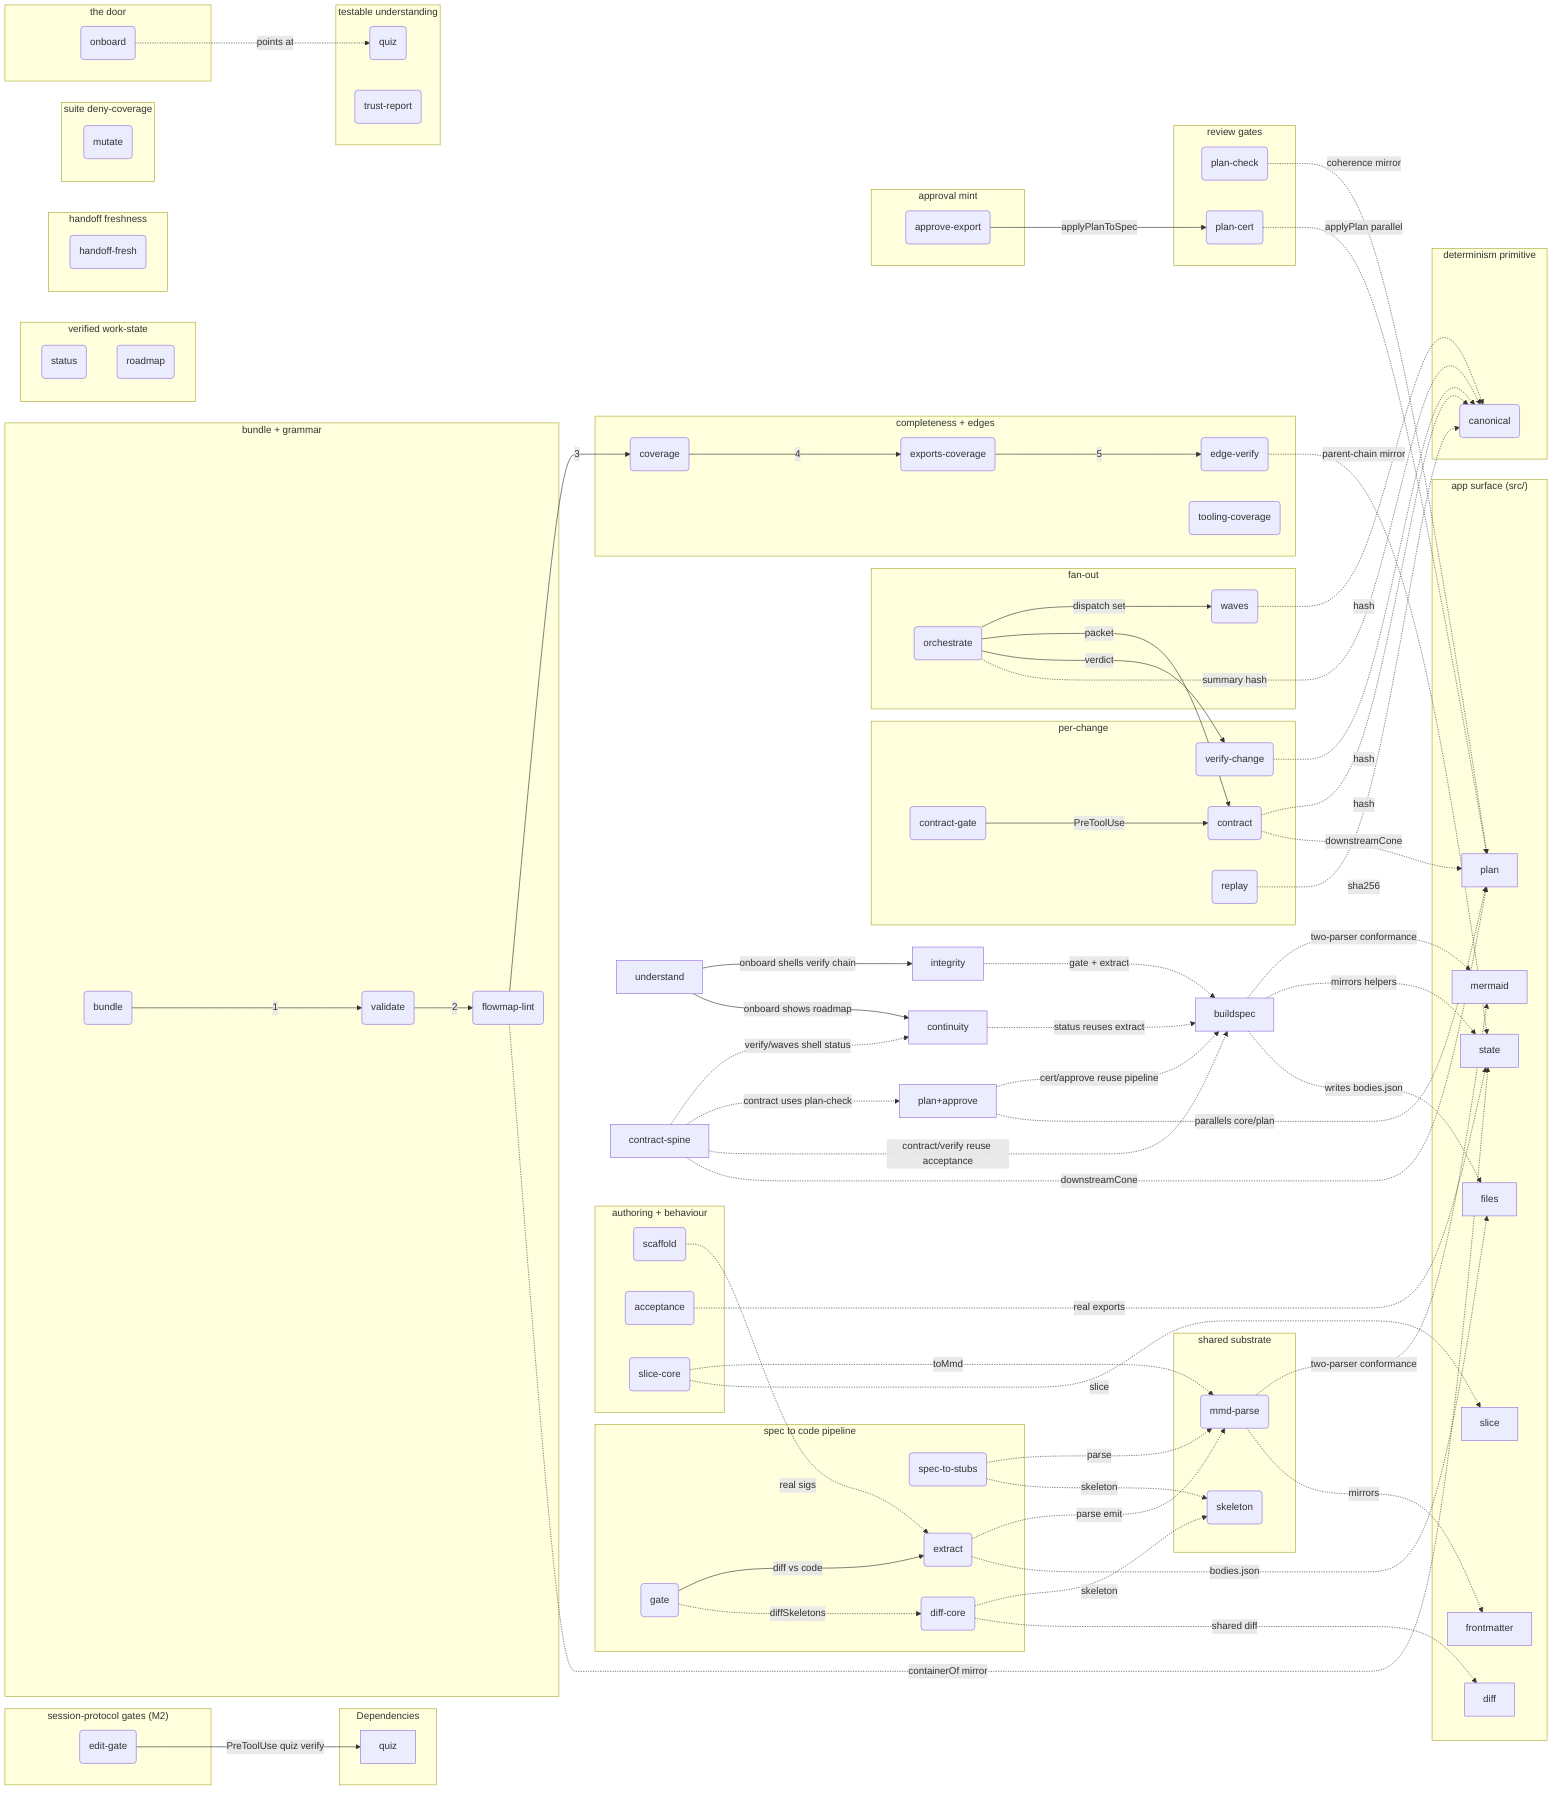
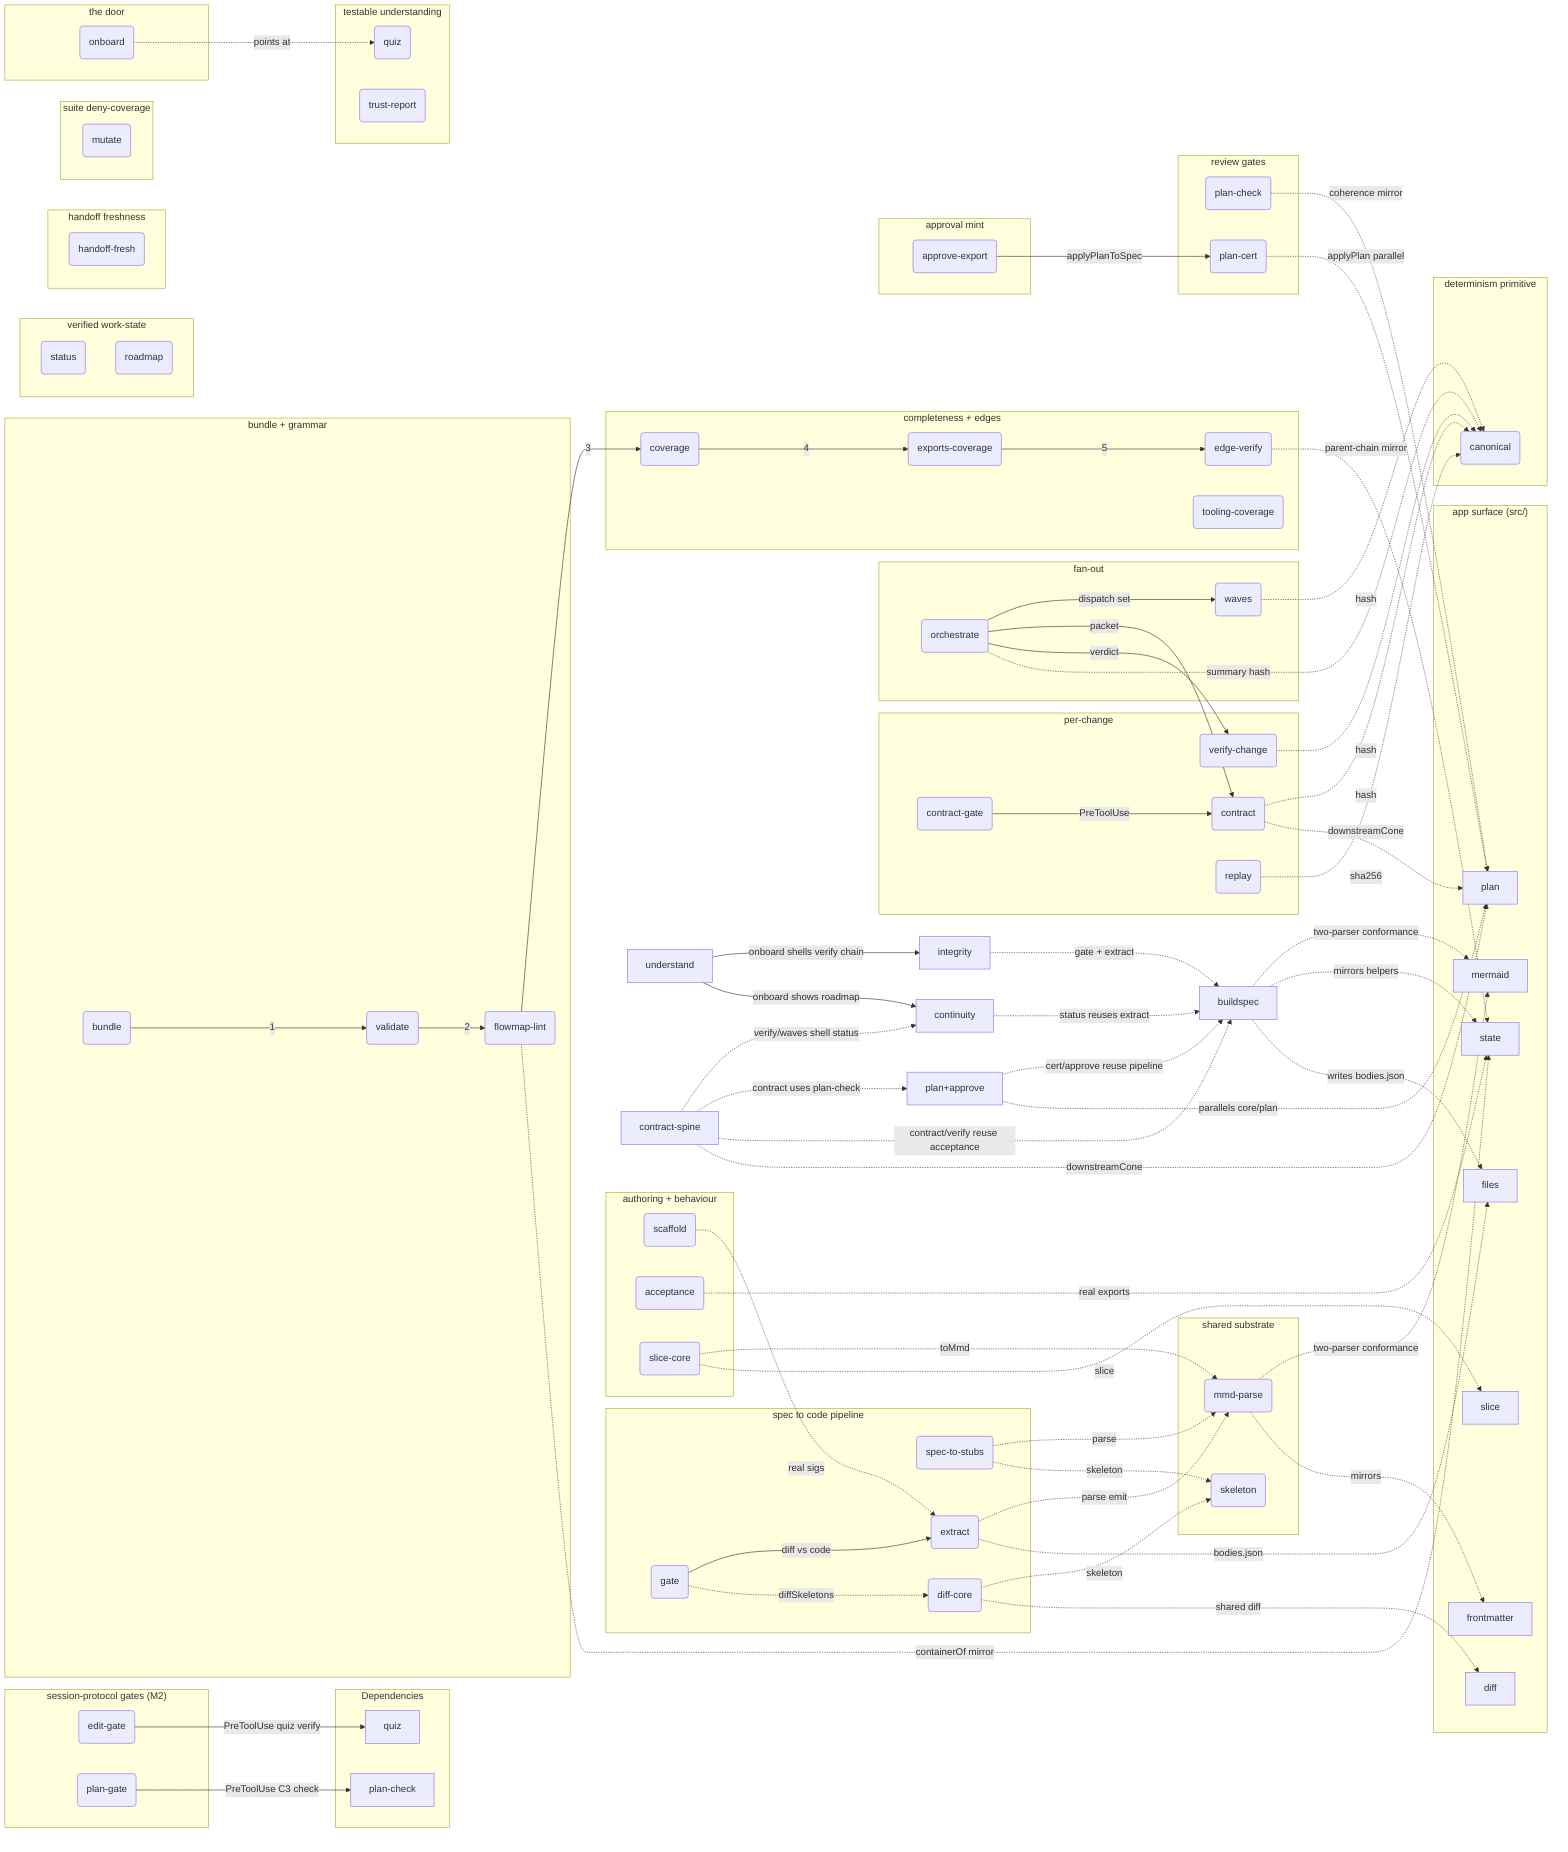
flowchart LR
%% AUTO-GENERATED BUNDLE — do not edit. Edit the per-folder fragments and re-bundle.
%% root flowmapBuildspec

%% fm:meta mermaid name=mermaid
%% fm:meta mermaid desc=app serializer/parser the tooling parser must agree with (two-parser conformance A3)
%% fm:meta frontmatter name=frontmatter
%% fm:meta frontmatter desc=app frontmatter model the tooling parser and skeleton mirror
%% fm:meta state name=state
%% fm:meta state desc=app model and geometry helpers the tooling mirrors and runs acceptance cases against
%% fm:meta files name=files
%% fm:meta files desc=app file IO that consumes the bodies.json the extractor writes
%% fm:meta diff name=diff
%% fm:meta diff desc=app semantic diff whose engine the tooling diff-core shares
%% fm:meta slice name=slice
%% fm:meta slice desc=app neighbourhood slice whose engine the tooling slice-core mirrors
%% fm:meta plan name=plan
%% fm:meta plan desc=app plan overlay model the tooling plan/cert/contract tools parallel and route into
%% fm:meta flowmapBuildspec__mmdParse name=mmd-parse
%% fm:meta flowmapBuildspec__mmdParse desc=zero-dep parser and serializer for the .mmd dialect every tool imports
%% fm:meta flowmapBuildspec__skeleton name=skeleton
%% fm:meta flowmapBuildspec__skeleton desc=canonical contract skeleton of a node plus all type normalization
%% fm:meta flowmapBuildspec__specToStubs name=spec-to-stubs
%% fm:meta flowmapBuildspec__specToStubs desc=step 1 emit TS stubs and contracts so interface drift becomes a tsc error
%% fm:meta flowmapBuildspec__extract name=extract
%% fm:meta flowmapBuildspec__extract desc=step 2 ts-morph walks src and re-serializes real code into a map plus bodies.json
%% fm:meta flowmapBuildspec__diffCore name=diff-core
%% fm:meta flowmapBuildspec__diffCore desc=pure structural diff between two skeleton maps categorizing every mismatch
%% fm:meta flowmapBuildspec__gate name=gate
%% fm:meta flowmapBuildspec__gate desc=step 3 diff committed spec against extracted code and exit non-zero on drift
%% fm:meta flowmapBuildspec__scaffold name=scaffold
%% fm:meta flowmapBuildspec__scaffold desc=author aid init backfill signatures and append plan nodes to fragments
%% fm:meta flowmapBuildspec__acceptance name=acceptance
%% fm:meta flowmapBuildspec__acceptance desc=Keystone 2 run behavioural cases against real src exports to prove correctness
%% fm:meta flowmapBuildspec__sliceCore name=slice-core
%% fm:meta flowmapBuildspec__sliceCore desc=pure model slicer reducing a parsed map to a seed node neighbourhood
%% fm:meta flowmapContinuity__status name=status
%% fm:meta flowmapContinuity__status desc=verified work-state compare a plan proposed signatures against live code built pending drifted missing
%% fm:meta flowmapContinuity__roadmap name=roadmap
%% fm:meta flowmapContinuity__roadmap desc=compute roadmap phase status from predicates and audit the no prose status ban
%% fm:meta flowmapContinuity__handoff name=handoff-fresh
%% fm:meta flowmapContinuity__handoff desc=detect when the handoff lags commits and falsify not yet committed prose claims
%% fm:meta flowmapContractSpine__canonical name=canonical
%% fm:meta flowmapContractSpine__canonical desc=the determinism primitive key sorted JSON and sha256 so equality is a hash compare
%% fm:meta flowmapContractSpine__contract name=contract
%% fm:meta flowmapContractSpine__contract desc=emit a byte deterministic per change packet by routing blast radius source and coherence
%% fm:meta flowmapContractSpine__contractGate name=contract-gate
%% fm:meta flowmapContractSpine__contractGate desc=PreToolUse hook deny a spawn carrying a contract sentinel unless the contract resolves clean
%% fm:meta flowmapContractSpine__editGate name=edit-gate
%% fm:meta flowmapContractSpine__editGate desc=PreToolUse hook deny a src edit unless a quiz pass verifies against the current map bytes
+ %% fm:meta flowmapContractSpine__planGate name=plan-gate
+ %% fm:meta flowmapContractSpine__planGate desc=PreToolUse hook deny ExitPlanMode while the named or in flight plan fails coherence
%% fm:meta flowmapContractSpine__verifyChange name=verify-change
%% fm:meta flowmapContractSpine__verifyChange desc=fold structural and behavioural results into a data only verdict strict refuses over trust
%% fm:meta flowmapContractSpine__replay name=replay
%% fm:meta flowmapContractSpine__replay desc=determinism harness run a command N times and assert one stdout hash
%% fm:meta flowmapContractSpine__waves name=waves
%% fm:meta flowmapContractSpine__waves desc=topological wave partition of unbuilt changes with cycle detection for parallel dispatch
%% fm:meta flowmapContractSpine__orchestrate name=orchestrate
%% fm:meta flowmapContractSpine__orchestrate desc=the driver waves to per change worktree plus contract to verdict to canonical summary
%% fm:meta flowmapIntegrity__bundle name=bundle
%% fm:meta flowmapIntegrity__bundle desc=merge root plus every fragment into one bundle namespacing private ids
%% fm:meta flowmapIntegrity__validate name=validate
%% fm:meta flowmapIntegrity__validate desc=grammar gate one header unique ids every reference resolves one kind per node
%% fm:meta flowmapIntegrity__lint name=flowmap-lint
%% fm:meta flowmapIntegrity__lint desc=architecture altitude gate fail on flat file-mirror or unsectioned loose bag
%% fm:meta flowmapIntegrity__coverage name=coverage
%% fm:meta flowmapIntegrity__coverage desc=file completeness guard every source file is represented or has a fragment
%% fm:meta flowmapIntegrity__exports name=exports-coverage
%% fm:meta flowmapIntegrity__exports desc=symbol completeness guard every exported symbol is a node or audited entry
%% fm:meta flowmapIntegrity__edges name=edge-verify
%% fm:meta flowmapIntegrity__edges desc=edge integrity guard every edge is import backed intra file or audited advisory
%% fm:meta flowmapIntegrity__toolingCoverage name=tooling-coverage
%% fm:meta flowmapIntegrity__toolingCoverage desc=completeness plus symbol truth guard for the tooling map itself
%% fm:meta flowmapIntegrity__mutate name=mutate
%% fm:meta flowmapIntegrity__mutate desc=mutation harness apply corpus defects in isolated HEAD worktrees and assert the suite reacts as the corpus expects
%% fm:meta flowmapPlanApprove__planCheck name=plan-check
%% fm:meta flowmapPlanApprove__planCheck desc=C3 authoring coherence real ids acyclic deps valid parents coherent accepted set
%% fm:meta flowmapPlanApprove__planCert name=plan-cert
%% fm:meta flowmapPlanApprove__planCert desc=C2 dry-run certificate apply the plan and run generate tsc extract gate as a delta
%% fm:meta flowmapPlanApprove__approve name=approve-export
%% fm:meta flowmapPlanApprove__approve desc=E1 mint write approved map contracts filtered plan and checklist
%% fm:meta flowmapUnderstand__onboard name=onboard
%% fm:meta flowmapUnderstand__onboard desc=the single verifiable door shell the verify chain emit invariants print quiz and roadmap
%% fm:meta flowmapUnderstand__quiz name=quiz
%% fm:meta flowmapUnderstand__quiz desc=Keystone 1 generate structural questions and score answers against live re-derived keys
%% fm:meta flowmapUnderstand__trust name=trust-report
%% fm:meta flowmapUnderstand__trust desc=tier every claim verified advisory or unverified so readers know what is enforced

%% kind flowmapBuildspec module
%% kind flowmapIntegrity module
%% kind flowmapUnderstand module
%% kind flowmapContinuity module
%% kind flowmapPlanApprove module
%% kind flowmapContractSpine module
%% kind mermaid module
%% kind frontmatter module
%% kind state module
%% kind files module
%% kind diff module
%% kind slice module
%% kind plan module
%% kind flowmapBuildspec__mmdParse module
%% kind flowmapBuildspec__skeleton module
%% kind flowmapBuildspec__specToStubs service
%% kind flowmapBuildspec__extract service
%% kind flowmapBuildspec__diffCore module
%% kind flowmapBuildspec__gate service
%% kind flowmapBuildspec__scaffold service
%% kind flowmapBuildspec__acceptance service
%% kind flowmapBuildspec__sliceCore module
%% kind flowmapContinuity__status service
%% kind flowmapContinuity__roadmap service
%% kind flowmapContinuity__handoff service
%% kind flowmapContractSpine__canonical module
%% kind flowmapContractSpine__contract service
%% kind flowmapContractSpine__contractGate service
%% kind flowmapContractSpine__editGate service
+ %% kind flowmapContractSpine__planGate service
%% kind flowmapContractSpine__verifyChange service
%% kind flowmapContractSpine__replay service
%% kind flowmapContractSpine__waves service
%% kind flowmapContractSpine__orchestrate service
%% kind flowmapIntegrity__bundle service
%% kind flowmapIntegrity__validate service
%% kind flowmapIntegrity__lint service
%% kind flowmapIntegrity__coverage service
%% kind flowmapIntegrity__exports service
%% kind flowmapIntegrity__edges service
%% kind flowmapIntegrity__toolingCoverage service
%% kind flowmapIntegrity__mutate service
%% kind flowmapPlanApprove__planCheck service
%% kind flowmapPlanApprove__planCert service
%% kind flowmapPlanApprove__approve service
%% kind flowmapUnderstand__onboard service
%% kind flowmapUnderstand__quiz service
%% kind flowmapUnderstand__trust service
%% parent flowmapBuildspec__bs_substrate flowmapBuildspec
%% parent flowmapBuildspec__bs_pipeline flowmapBuildspec
%% parent flowmapBuildspec__bs_aids flowmapBuildspec
%% parent flowmapContinuity__co_state flowmapContinuity
%% parent flowmapContinuity__co_handoff flowmapContinuity
%% parent flowmapContractSpine__cs_prim flowmapContractSpine
%% parent flowmapContractSpine__cs_change flowmapContractSpine
%% parent flowmapContractSpine__cs_fanout flowmapContractSpine
%% parent flowmapContractSpine__cs_protocol flowmapContractSpine
%% parent flowmapIntegrity__in_build flowmapIntegrity
%% parent flowmapIntegrity__in_complete flowmapIntegrity
%% parent flowmapIntegrity__in_suite flowmapIntegrity
%% parent flowmapPlanApprove__pa_gates flowmapPlanApprove
%% parent flowmapPlanApprove__pa_mint flowmapPlanApprove
%% parent flowmapUnderstand__un_door flowmapUnderstand
%% parent flowmapUnderstand__un_prove flowmapUnderstand
%% src flowmapBuildspec__mmdParse tools/buildspec/mmd-parse.mjs#parseMmd
%% src flowmapBuildspec__skeleton tools/buildspec/skeleton.mjs#specSkeleton
%% src flowmapBuildspec__specToStubs tools/buildspec/spec-to-stubs.mjs#generate
%% src flowmapBuildspec__extract tools/buildspec/extract.mjs#extract
%% src flowmapBuildspec__diffCore tools/buildspec/diff-core.mjs#diffSkeletons
%% src flowmapBuildspec__gate tools/buildspec/gate.mjs
%% src flowmapBuildspec__scaffold tools/buildspec/scaffold.mjs#addFromPlan
%% src flowmapBuildspec__acceptance tools/buildspec/acceptance.mjs#runAcceptance
%% src flowmapBuildspec__sliceCore tools/buildspec/slice-core.mjs#sliceModel
%% src flowmapContinuity__status tools/flowmap/status.mjs
%% src flowmapContinuity__roadmap tools/flowmap/roadmap.mjs
%% src flowmapContinuity__handoff tools/flowmap/handoff-fresh.mjs#checkContentClaims
%% src flowmapContractSpine__canonical tools/flowmap/lib/canonical.mjs#canonicalize
%% src flowmapContractSpine__contract tools/flowmap/contract.mjs
%% src flowmapContractSpine__contractGate tools/flowmap/contract-gate.mjs
%% src flowmapContractSpine__editGate tools/flowmap/edit-gate.mjs
+ %% src flowmapContractSpine__planGate tools/flowmap/plan-gate.mjs
%% src flowmapContractSpine__verifyChange tools/flowmap/verify-change.mjs
%% src flowmapContractSpine__replay tools/flowmap/replay.mjs
%% src flowmapContractSpine__waves tools/flowmap/waves.mjs
%% src flowmapContractSpine__orchestrate tools/flowmap/orchestrate.mjs
%% src flowmapIntegrity__bundle tools/flowmap/bundle.mjs
%% src flowmapIntegrity__validate tools/flowmap/validate.mjs
%% src flowmapIntegrity__lint tools/flowmap/flowmap-lint.mjs#lint
%% src flowmapIntegrity__coverage tools/flowmap/coverage.mjs
%% src flowmapIntegrity__exports tools/flowmap/exports-coverage.mjs
%% src flowmapIntegrity__edges tools/flowmap/edge-verify.mjs#verifyEdges
%% src flowmapIntegrity__toolingCoverage tools/flowmap/tooling-coverage.mjs
%% src flowmapIntegrity__mutate tools/flowmap/mutate.mjs
%% src flowmapPlanApprove__planCheck tools/flowmap/plan-check.mjs#checkPlan
%% src flowmapPlanApprove__planCert tools/flowmap/plan-cert.mjs#certifyPlan
%% src flowmapPlanApprove__approve tools/flowmap/approve-export.mjs#approveExport
%% src flowmapUnderstand__onboard tools/flowmap/onboard.mjs
%% src flowmapUnderstand__quiz tools/flowmap/quiz.mjs
%% src flowmapUnderstand__trust tools/flowmap/trust-report.mjs

  flowmapBuildspec["buildspec"]
  flowmapIntegrity["integrity"]
  flowmapUnderstand["understand"]
  flowmapContinuity["continuity"]
  flowmapPlanApprove["plan+approve"]
  flowmapContractSpine["contract-spine"]
  subgraph AppSurface ["app surface (src/)"]
    mermaid["mermaid"]
    frontmatter["frontmatter"]
    state["state"]
    files["files"]
    diff["diff"]
    slice["slice"]
    plan["plan"]
  end
  %% ---- subsystem-level flow (the loop) ----
  %% ---- tooling -> app surface (the blast radius) ----

  subgraph flowmapBuildspec__bs_substrate ["shared substrate"]
    flowmapBuildspec__mmdParse("mmd-parse")
    flowmapBuildspec__skeleton("skeleton")
  end
  subgraph flowmapBuildspec__bs_pipeline ["spec to code pipeline"]
    flowmapBuildspec__specToStubs("spec-to-stubs")
    flowmapBuildspec__extract("extract")
    flowmapBuildspec__gate("gate")
    flowmapBuildspec__diffCore("diff-core")
  end
  subgraph flowmapBuildspec__bs_aids ["authoring + behaviour"]
    flowmapBuildspec__scaffold("scaffold")
    flowmapBuildspec__acceptance("acceptance")
    flowmapBuildspec__sliceCore("slice-core")
  end

  subgraph flowmapContinuity__co_state ["verified work-state"]
    flowmapContinuity__status("status")
    flowmapContinuity__roadmap("roadmap")
  end
  subgraph flowmapContinuity__co_handoff ["handoff freshness"]
    flowmapContinuity__handoff("handoff-fresh")
  end

  subgraph flowmapContractSpine__cs_prim ["determinism primitive"]
    flowmapContractSpine__canonical("canonical")
  end
  subgraph flowmapContractSpine__cs_change ["per-change"]
    flowmapContractSpine__contract("contract")
    flowmapContractSpine__contractGate("contract-gate")
    flowmapContractSpine__verifyChange("verify-change")
    flowmapContractSpine__replay("replay")
  end
  subgraph flowmapContractSpine__cs_fanout ["fan-out"]
    flowmapContractSpine__waves("waves")
    flowmapContractSpine__orchestrate("orchestrate")
  end
  subgraph flowmapContractSpine__cs_protocol ["session-protocol gates (M2)"]
    flowmapContractSpine__editGate("edit-gate")
+     flowmapContractSpine__planGate("plan-gate")
  end
  subgraph flowmapContractSpine__Deps ["Dependencies"]
    flowmapContractSpine__quiz["quiz"]
+     flowmapContractSpine__planCheck["plan-check"]
  end

  subgraph flowmapIntegrity__in_build ["bundle + grammar"]
    flowmapIntegrity__bundle("bundle")
    flowmapIntegrity__validate("validate")
    flowmapIntegrity__lint("flowmap-lint")
  end
  subgraph flowmapIntegrity__in_complete ["completeness + edges"]
    flowmapIntegrity__coverage("coverage")
    flowmapIntegrity__exports("exports-coverage")
    flowmapIntegrity__edges("edge-verify")
    flowmapIntegrity__toolingCoverage("tooling-coverage")
  end
  subgraph flowmapIntegrity__in_suite ["suite deny-coverage"]
    flowmapIntegrity__mutate("mutate")
  end

  subgraph flowmapPlanApprove__pa_gates ["review gates"]
    flowmapPlanApprove__planCheck("plan-check")
    flowmapPlanApprove__planCert("plan-cert")
  end
  subgraph flowmapPlanApprove__pa_mint ["approval mint"]
    flowmapPlanApprove__approve("approve-export")
  end

  subgraph flowmapUnderstand__un_door ["the door"]
    flowmapUnderstand__onboard("onboard")
  end
  subgraph flowmapUnderstand__un_prove ["testable understanding"]
    flowmapUnderstand__quiz("quiz")
    flowmapUnderstand__trust("trust-report")
  end

  flowmapUnderstand -->|onboard shells verify chain| flowmapIntegrity
  flowmapUnderstand -->|onboard shows roadmap| flowmapContinuity
  flowmapIntegrity -.->|gate + extract| flowmapBuildspec
  flowmapContinuity -.->|status reuses extract| flowmapBuildspec
  flowmapPlanApprove -.->|cert/approve reuse pipeline| flowmapBuildspec
  flowmapContractSpine -.->|verify/waves shell status| flowmapContinuity
  flowmapContractSpine -.->|contract uses plan-check| flowmapPlanApprove
  flowmapContractSpine -.->|contract/verify reuse acceptance| flowmapBuildspec
  flowmapBuildspec -.->|two-parser conformance| mermaid
  flowmapBuildspec -.->|mirrors helpers| state
  flowmapBuildspec -.->|writes bodies.json| files
  flowmapPlanApprove -.->|parallels core/plan| plan
  flowmapContractSpine -.->|downstreamCone| plan
  flowmapBuildspec__gate -->|diff vs code| flowmapBuildspec__extract
  flowmapBuildspec__gate -.->|diffSkeletons| flowmapBuildspec__diffCore
  flowmapBuildspec__diffCore -.->|skeleton| flowmapBuildspec__skeleton
  flowmapBuildspec__extract -.->|parse emit| flowmapBuildspec__mmdParse
  flowmapBuildspec__specToStubs -.->|parse| flowmapBuildspec__mmdParse
  flowmapBuildspec__specToStubs -.->|skeleton| flowmapBuildspec__skeleton
  flowmapBuildspec__scaffold -.->|real sigs| flowmapBuildspec__extract
  flowmapBuildspec__sliceCore -.->|toMmd| flowmapBuildspec__mmdParse
  flowmapBuildspec__mmdParse -.->|two-parser conformance| mermaid
  flowmapBuildspec__mmdParse -.->|mirrors| frontmatter
  flowmapBuildspec__extract -.->|bodies.json| files
  flowmapBuildspec__acceptance -.->|real exports| state
  flowmapBuildspec__diffCore -.->|shared diff| diff
  flowmapBuildspec__sliceCore -.->|slice| slice
  flowmapContractSpine__contractGate -->|PreToolUse| flowmapContractSpine__contract
  flowmapContractSpine__editGate -->|PreToolUse quiz verify| flowmapContractSpine__quiz
+   flowmapContractSpine__planGate -->|PreToolUse C3 check| flowmapContractSpine__planCheck
  flowmapContractSpine__orchestrate -->|dispatch set| flowmapContractSpine__waves
  flowmapContractSpine__orchestrate -->|packet| flowmapContractSpine__contract
  flowmapContractSpine__orchestrate -->|verdict| flowmapContractSpine__verifyChange
  flowmapContractSpine__contract -.->|hash| flowmapContractSpine__canonical
  flowmapContractSpine__verifyChange -.->|hash| flowmapContractSpine__canonical
  flowmapContractSpine__replay -.->|sha256| flowmapContractSpine__canonical
  flowmapContractSpine__waves -.->|hash| flowmapContractSpine__canonical
  flowmapContractSpine__orchestrate -.->|summary hash| flowmapContractSpine__canonical
  flowmapContractSpine__contract -.->|downstreamCone| plan
  flowmapIntegrity__bundle -->|1| flowmapIntegrity__validate
  flowmapIntegrity__validate -->|2| flowmapIntegrity__lint
  flowmapIntegrity__lint -->|3| flowmapIntegrity__coverage
  flowmapIntegrity__coverage -->|4| flowmapIntegrity__exports
  flowmapIntegrity__exports -->|5| flowmapIntegrity__edges
  flowmapIntegrity__lint -.->|containerOf mirror| state
  flowmapIntegrity__edges -.->|parent-chain mirror| state
  flowmapPlanApprove__approve -->|applyPlanToSpec| flowmapPlanApprove__planCert
  flowmapPlanApprove__planCheck -.->|coherence mirror| plan
  flowmapPlanApprove__planCert -.->|applyPlan parallel| plan
  flowmapUnderstand__onboard -.->|points at| flowmapUnderstand__quiz
